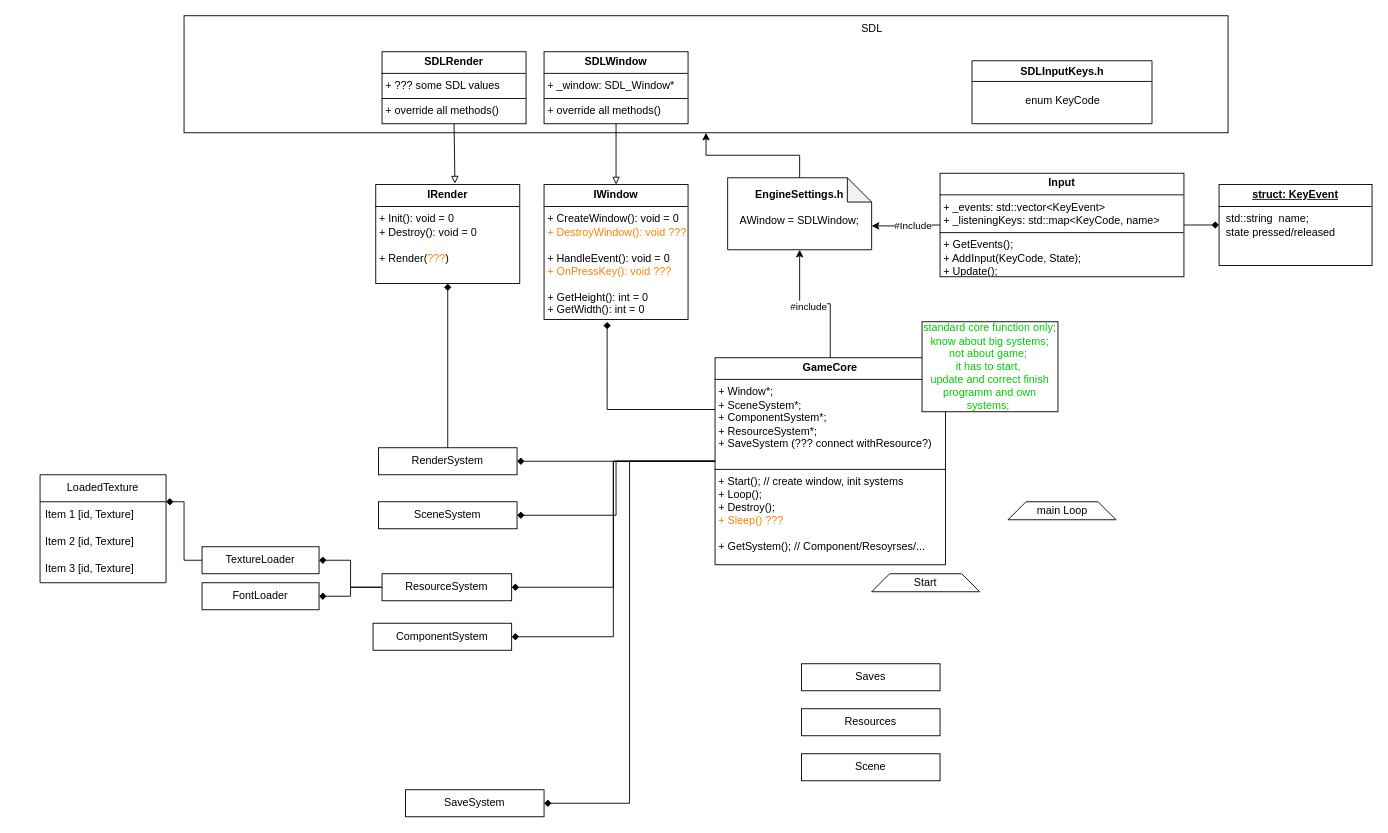
Above: ProjectDiagram.drawio in Ultrasubmarine/EPet (draw.io), before the change. Source tidied: cells renumbered, new cells numbered last; positions are measured from the earlier drawing's top-left corner, leaving out a move shared by most shapes. Both pictures are drawn from the tidied source at 90%, with x=0, y=0 at pixel (40, 15).
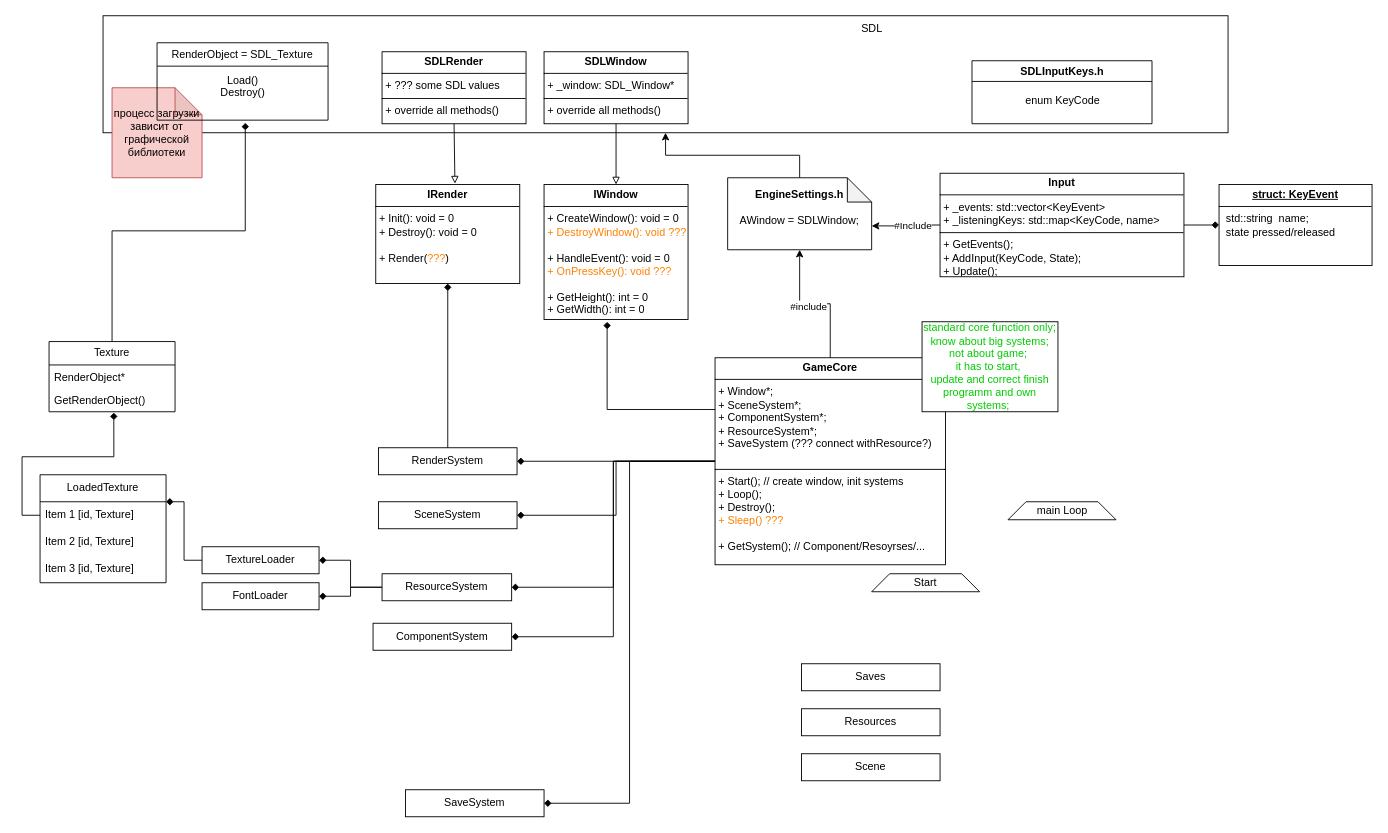
Above is the later version.

Commit message:
came up with solution to load abstract renderObject

Unchanged cells that the change refers to:
```xml
<mxCell id="46" value="Item 1 [id, Texture]" style="text;strokeColor=none;fillColor=none;align=left;verticalAlign=middle;spacingLeft=4;spacingRight=4;overflow=hidden;points=[[0,0.5],[1,0.5]];portConstraint=eastwest;whiteSpace=wrap;html=1;" parent="45" vertex="1">
  <mxGeometry y="30" width="140" height="30" as="geometry" />
</mxCell>
```

The edit, as a diff of the source:
```diff
@@
     <mxCell id="2" style="rounded=0;whiteSpace=wrap;html=1;" parent="1" vertex="1">
-      <mxGeometry x="160" width="1160" height="130" as="geometry" />
+      <mxGeometry x="70" width="1250" height="130" as="geometry" />
     </mxCell>
@@
+    <mxCell id="49" value="Texture" style="swimlane;fontStyle=0;horizontal=1;startSize=26;fillColor=none;whiteSpace=wrap;html=1;" parent="1" vertex="1">
+      <mxGeometry x="10" y="362" width="140" height="78" as="geometry" />
+    </mxCell>
+    <mxCell id="50" value="RenderObject*&amp;nbsp;" style="text;strokeColor=none;fillColor=none;align=left;verticalAlign=top;spacingLeft=4;spacingRight=4;overflow=hidden;whiteSpace=wrap;html=1;" parent="49" vertex="1">
+      <mxGeometry y="26" width="140" height="26" as="geometry" />
+    </mxCell>
+    <mxCell id="51" value="GetRenderObject()" style="text;strokeColor=none;fillColor=none;align=left;verticalAlign=top;spacingLeft=4;spacingRight=4;overflow=hidden;points=[[0,0.5],[1,0.5]];portConstraint=eastwest;whiteSpace=wrap;html=1;" parent="49" vertex="1">
+      <mxGeometry y="52" width="140" height="26" as="geometry" />
+    </mxCell>
+    <mxCell id="52" style="edgeStyle=orthogonalEdgeStyle;rounded=0;jettySize=auto;html=1;exitX=0;exitY=0.5;exitDx=0;exitDy=0;entryX=0.514;entryY=1.038;entryDx=0;entryDy=0;entryPerimeter=0;endArrow=diamond;endFill=1;" parent="1" edge="1" source="46" target="51">
+      <mxGeometry relative="1" as="geometry" />
+    </mxCell>
+    <mxCell id="53" value="процесс загрузки зависит от графической&lt;div&gt;библиотеки&lt;/div&gt;" style="shape=note;whiteSpace=wrap;html=1;backgroundOutline=1;darkOpacity=0.05;fillColor=#f8cecc;strokeColor=#b85450;" parent="1" vertex="1">
+      <mxGeometry x="80" y="80" width="100" height="100" as="geometry" />
+    </mxCell>
+    <mxCell id="54" value="RenderObject = SDL_Texture" style="swimlane;fontStyle=0;horizontal=1;startSize=26;fillColor=none;whiteSpace=wrap;html=1;" parent="1" vertex="1">
+      <mxGeometry x="130" y="30" width="190" height="86" as="geometry" />
+    </mxCell>
+    <mxCell id="55" value="Load()&lt;div&gt;Destroy()&lt;/div&gt;&lt;div&gt;&lt;br&gt;&lt;/div&gt;" style="text;html=1;align=center;verticalAlign=middle;points=[];strokeColor=none;fillColor=none;" parent="54" vertex="1">
+      <mxGeometry y="26" width="190" height="60" as="geometry" />
+    </mxCell>
+    <mxCell id="56" style="edgeStyle=orthogonalEdgeStyle;rounded=0;jettySize=auto;html=1;exitX=0.5;exitY=0;exitDx=0;exitDy=0;entryX=0.516;entryY=1.05;entryDx=0;entryDy=0;entryPerimeter=0;endArrow=diamond;endFill=1;" parent="1" edge="1" source="49" target="55">
+      <mxGeometry relative="1" as="geometry" />
+    </mxCell>
```
